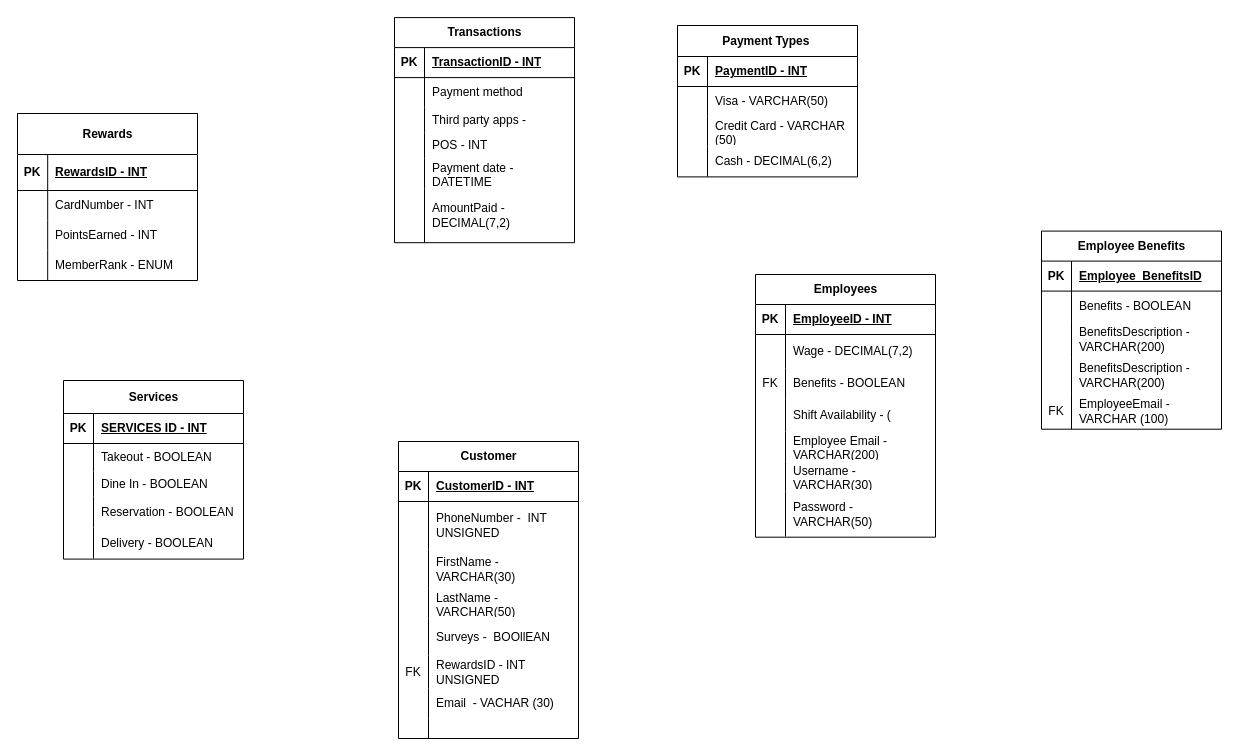
VieriNice/W2_Exercises keeps this draw.io diagram as VieriDiagram.drawio. Above is the earlier version. Source tidied: cells renumbered, new cells numbered last; positions are measured from the earlier drawing's top-left corner, leaving out a move shared by most shapes. Both pictures are drawn from the tidied source at 100%, with x=0, y=0 at pixel (17, 17).
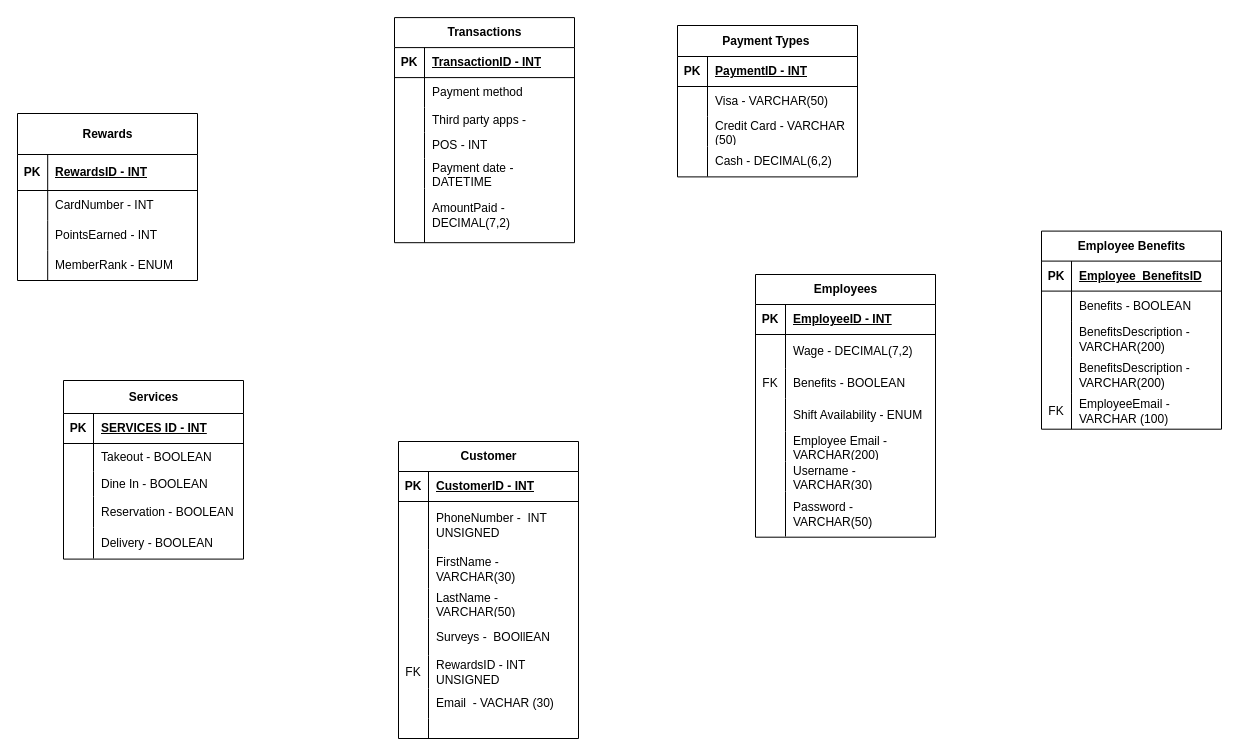
After the change.

Unchanged cells that the change refers to:
```xml
<mxCell id="56" style="shape=tableRow;horizontal=0;startSize=0;swimlaneHead=0;swimlaneBody=0;fillColor=none;top=0;left=0;right=0;bottom=0;" parent="46" vertex="1">
  <mxGeometry y="124" width="180" height="33" as="geometry" />
</mxCell>
```

Change to the diagram source:
```diff
@@
-    <mxCell id="58" value="Shift Availability - (" style="shape=partialRectangle;fillColor=none;top=0;left=0;bottom=0;right=0;align=left;spacingLeft=6;overflow=hidden;whiteSpace=wrap;html=1;" parent="56" vertex="1">
+    <mxCell id="58" value="Shift Availability - ENUM" style="shape=partialRectangle;fillColor=none;top=0;left=0;bottom=0;right=0;align=left;spacingLeft=6;overflow=hidden;whiteSpace=wrap;html=1;" parent="56" vertex="1">
       <mxGeometry x="30" width="150" height="33" as="geometry" />
     </mxCell>
```
